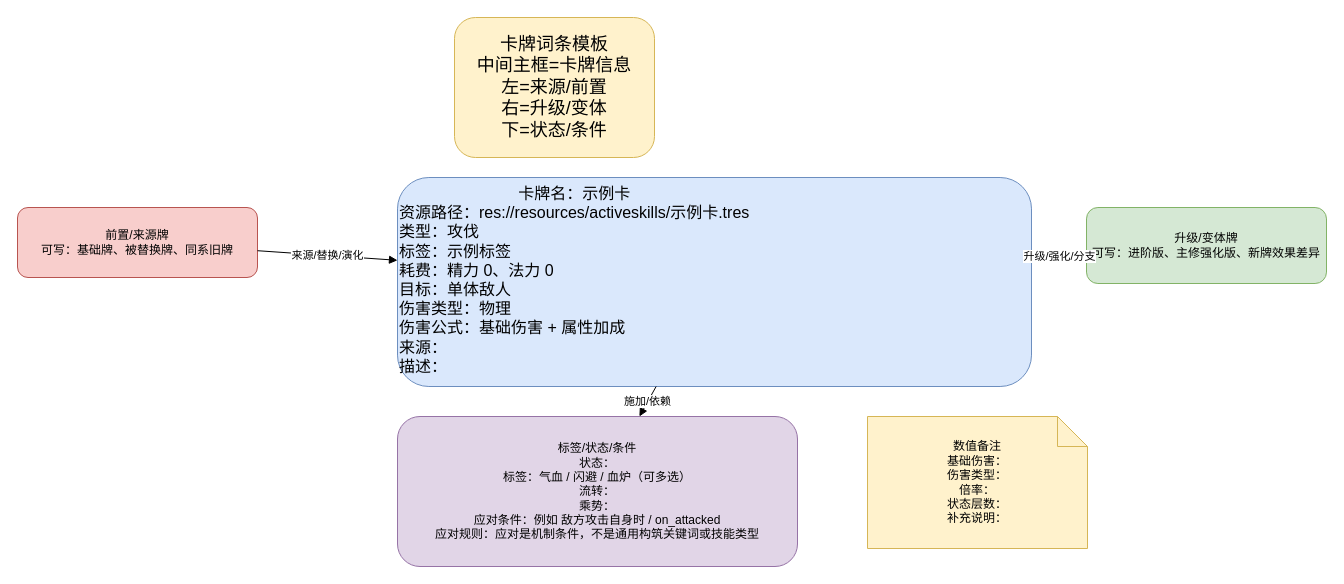
This is docs/卡牌词典/_卡牌模板.drawio from ankundanetracyc-spec/tian-guan-you-du, a draw.io file, before an edit. Source tidied: cells renumbered, new cells numbered last; positions are measured from the earlier drawing's top-left corner, leaving out a move shared by most shapes. Both pictures are drawn from the tidied source at 100%, with x=0, y=0 at pixel (17, 17).
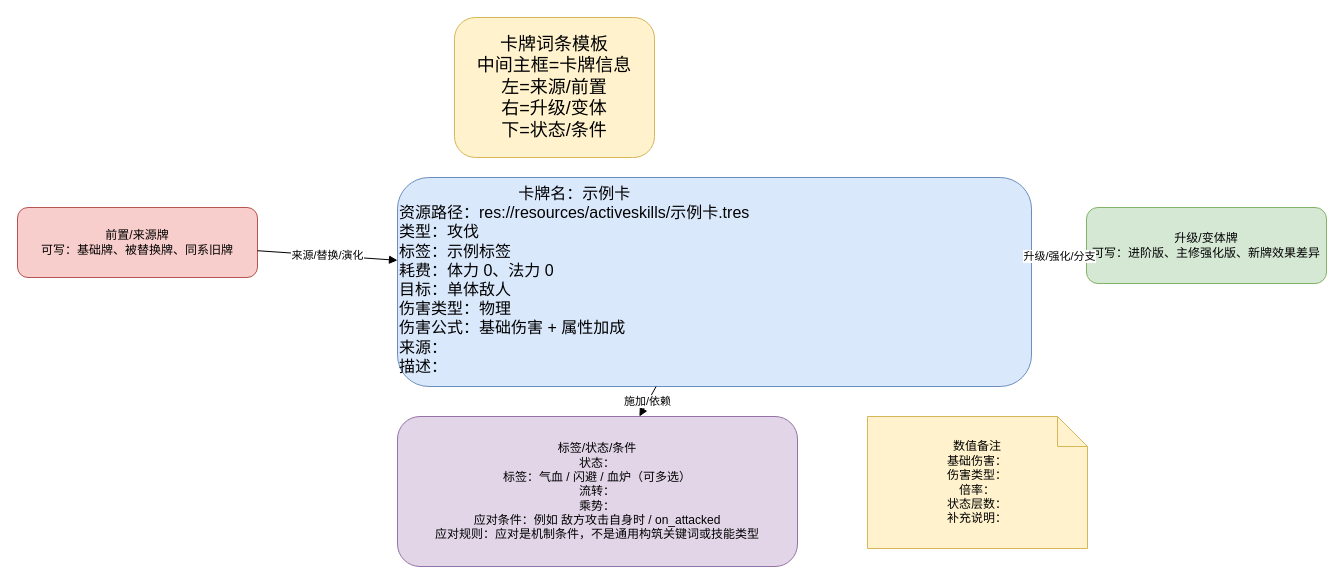
After the change.

Change to the diagram source:
```diff
@@
 <mxGraphModel>
   <root>
     <mxCell id="0" />
     <mxCell id="1" parent="0" />
     <mxCell id="2" value="卡牌词条模板&#10;中间主框=卡牌信息&#10;左=来源/前置&#10;右=升级/变体&#10;下=状态/条件" style="rounded=1;whiteSpace=wrap;html=1;fillColor=#fff2cc;strokeColor=#d6b656;fontSize=18;" parent="1" vertex="1">
       <mxGeometry x="437" width="200" height="140" as="geometry" />
     </mxCell>
-    <mxCell id="3" value="&lt;div style=&quot;text-align:center;&quot;&gt;卡牌名：示例卡&lt;/div&gt;&lt;div style=&quot;text-align:left;&quot;&gt;资源路径：res://resources/activeskills/示例卡.tres&lt;br&gt;类型：攻伐&lt;br&gt;标签：示例标签&lt;br&gt;耗费：精力 0、法力 0&lt;br&gt;目标：单体敌人&lt;br&gt;伤害类型：物理&lt;br&gt;伤害公式：基础伤害 + 属性加成&lt;br&gt;来源：&lt;br&gt;描述：&lt;/div&gt;" style="rounded=1;whiteSpace=wrap;html=1;fillColor=#dae8fc;strokeColor=#6c8ebf;fontSize=16;align=left;verticalAlign=top;" parent="1" vertex="1">
+    <mxCell id="3" value="&lt;div style=&quot;text-align:center;&quot;&gt;卡牌名：示例卡&lt;/div&gt;&lt;div style=&quot;text-align:left;&quot;&gt;资源路径：res://resources/activeskills/示例卡.tres&lt;br&gt;类型：攻伐&lt;br&gt;标签：示例标签&lt;br&gt;耗费：体力 0、法力 0&lt;br&gt;目标：单体敌人&lt;br&gt;伤害类型：物理&lt;br&gt;伤害公式：基础伤害 + 属性加成&lt;br&gt;来源：&lt;br&gt;描述：&lt;/div&gt;" style="rounded=1;whiteSpace=wrap;html=1;fillColor=#dae8fc;strokeColor=#6c8ebf;fontSize=16;align=left;verticalAlign=top;" parent="1" vertex="1">
       <mxGeometry x="380" y="160" width="634" height="209" as="geometry" />
     </mxCell>
     <mxCell id="4" value="前置/来源牌&#10;可写：基础牌、被替换牌、同系旧牌" style="rounded=1;whiteSpace=wrap;html=1;fillColor=#f8cecc;strokeColor=#b85450;" parent="1" vertex="1">
       <mxGeometry y="190" width="240" height="70" as="geometry" />
     </mxCell>
     <mxCell id="5" value="升级/变体牌&#10;可写：进阶版、主修强化版、新牌效果差异" style="rounded=1;whiteSpace=wrap;html=1;fillColor=#d5e8d4;strokeColor=#82b366;" parent="1" vertex="1">
       <mxGeometry x="1069" y="190" width="240" height="76" as="geometry" />
     </mxCell>
     <mxCell id="6" value="标签/状态/条件&#10;状态：&#10;标签：气血 / 闪避 / 血炉（可多选）&#10;流转：&#10;乘势：&#10;应对条件：例如 敌方攻击自身时 / on_attacked&#10;应对规则：应对是机制条件，不是通用构筑关键词或技能类型" style="rounded=1;whiteSpace=wrap;html=1;fillColor=#e1d5e7;strokeColor=#9673a6;" parent="1" vertex="1">
       <mxGeometry x="380" y="399" width="400" height="150" as="geometry" />
     </mxCell>
     <mxCell id="7" value="数值备注&#10;基础伤害：&#10;伤害类型：&#10;倍率：&#10;状态层数：&#10;补充说明：" style="shape=note;whiteSpace=wrap;html=1;fillColor=#fff2cc;strokeColor=#d6b656;" parent="1" vertex="1">
       <mxGeometry x="850" y="399" width="220" height="132" as="geometry" />
     </mxCell>
     <mxCell id="8" value="来源/替换/演化" style="endArrow=block;html=1;rounded=0;" parent="1" edge="1" source="4" target="3">
       <mxGeometry relative="1" as="geometry" />
     </mxCell>
     <mxCell id="9" value="升级/强化/分支" style="endArrow=block;html=1;rounded=0;" parent="1" edge="1" source="3" target="5">
       <mxGeometry relative="1" as="geometry" />
     </mxCell>
     <mxCell id="10" value="施加/依赖" style="endArrow=block;html=1;rounded=0;" parent="1" edge="1" source="3" target="6">
       <mxGeometry relative="1" as="geometry" />
     </mxCell>
   </root>
 </mxGraphModel>
```
